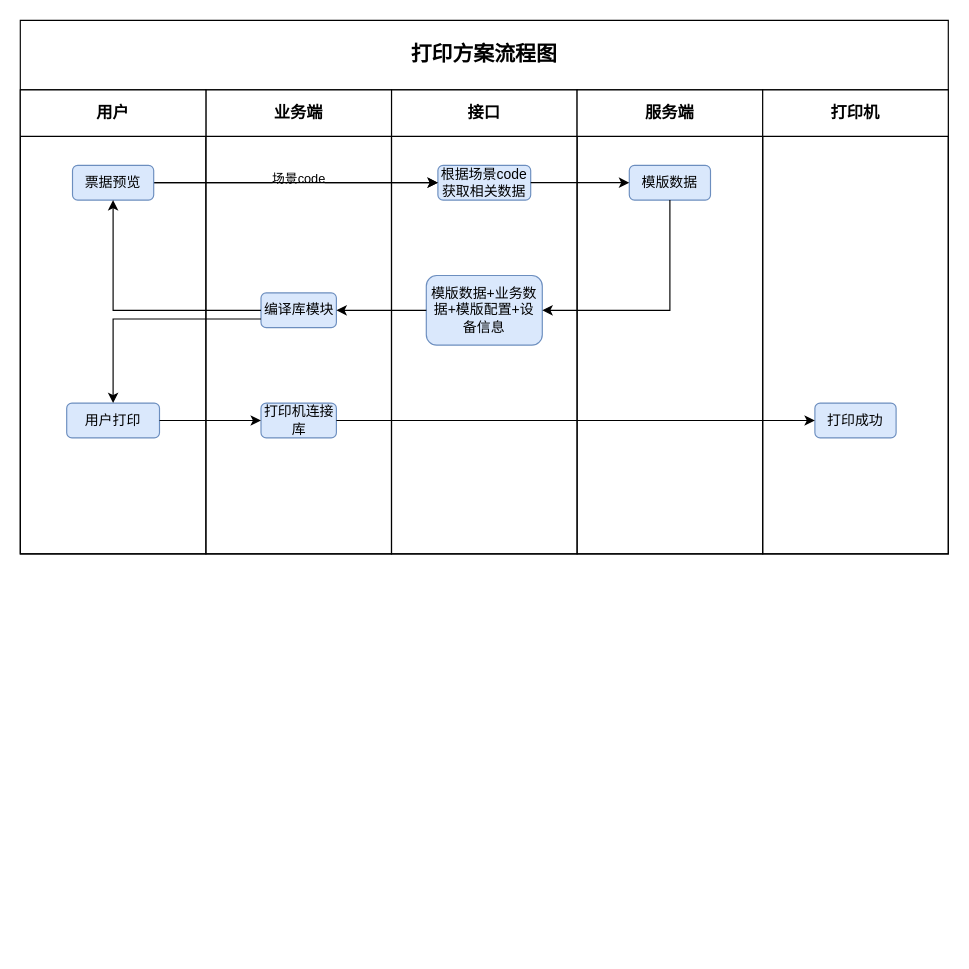
Above: 打印方案流程图.drawio in jswangtao/drawio-lib (draw.io), before the change. Source tidied: cells renumbered, new cells numbered last; positions are measured from the earlier drawing's top-left corner, leaving out a move shared by most shapes. Both pictures are drawn from the tidied source at 116%, with x=0, y=0 at pixel (20, 20).
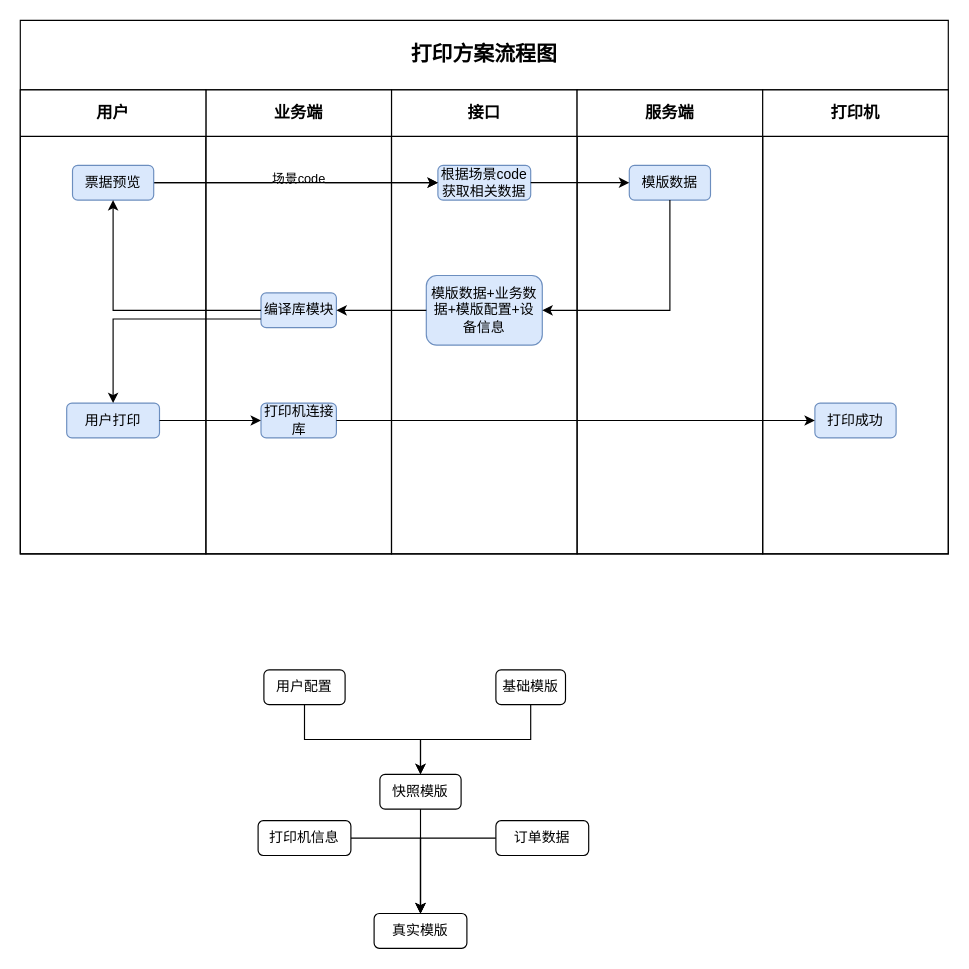
After the change.

Commit message (it also covers changes not shown here):
更新打印方案流程图.drawio

Change to the diagram source:
```diff
@@
+    <mxCell id="26" style="edgeStyle=orthogonalEdgeStyle;rounded=0;jettySize=auto;html=1;exitX=0.5;exitY=1;exitDx=0;exitDy=0;entryX=0.5;entryY=0;entryDx=0;entryDy=0;" parent="1" edge="1" source="27" target="29">
+      <mxGeometry relative="1" as="geometry" />
+    </mxCell>
+    <mxCell id="27" value="用户配置" style="rounded=1;whiteSpace=wrap;html=1;" parent="1" vertex="1">
+      <mxGeometry x="210" y="560" width="70" height="30" as="geometry" />
+    </mxCell>
+    <mxCell id="28" style="edgeStyle=orthogonalEdgeStyle;rounded=0;jettySize=auto;html=1;exitX=0.5;exitY=1;exitDx=0;exitDy=0;entryX=0.5;entryY=0;entryDx=0;entryDy=0;" parent="1" edge="1" source="29" target="36">
+      <mxGeometry relative="1" as="geometry" />
+    </mxCell>
+    <mxCell id="29" value="快照模版" style="whiteSpace=wrap;html=1;rounded=1;" parent="1" vertex="1">
+      <mxGeometry x="310" y="650" width="70" height="30" as="geometry" />
+    </mxCell>
+    <mxCell id="30" style="edgeStyle=orthogonalEdgeStyle;rounded=0;jettySize=auto;html=1;exitX=0.5;exitY=1;exitDx=0;exitDy=0;entryX=0.5;entryY=0;entryDx=0;entryDy=0;" parent="1" edge="1" source="31" target="29">
+      <mxGeometry relative="1" as="geometry" />
+    </mxCell>
+    <mxCell id="31" value="基础模版" style="rounded=1;whiteSpace=wrap;html=1;" parent="1" vertex="1">
+      <mxGeometry x="410" y="560" width="60" height="30" as="geometry" />
+    </mxCell>
+    <mxCell id="32" style="edgeStyle=orthogonalEdgeStyle;rounded=0;jettySize=auto;html=1;exitX=1;exitY=0.5;exitDx=0;exitDy=0;entryX=0.5;entryY=0;entryDx=0;entryDy=0;" parent="1" edge="1" source="33" target="36">
+      <mxGeometry relative="1" as="geometry" />
+    </mxCell>
+    <mxCell id="33" value="打印机信息" style="rounded=1;whiteSpace=wrap;html=1;" parent="1" vertex="1">
+      <mxGeometry x="205" y="690" width="80" height="30" as="geometry" />
+    </mxCell>
+    <mxCell id="34" style="edgeStyle=orthogonalEdgeStyle;rounded=0;jettySize=auto;html=1;exitX=0;exitY=0.5;exitDx=0;exitDy=0;" parent="1" edge="1" source="35" target="36">
+      <mxGeometry relative="1" as="geometry" />
+    </mxCell>
+    <mxCell id="35" value="订单数据" style="rounded=1;whiteSpace=wrap;html=1;" parent="1" vertex="1">
+      <mxGeometry x="410" y="690" width="80" height="30" as="geometry" />
+    </mxCell>
+    <mxCell id="36" value="真实模版" style="whiteSpace=wrap;html=1;rounded=1;" parent="1" vertex="1">
+      <mxGeometry x="305" y="770" width="80" height="30" as="geometry" />
+    </mxCell>
```
